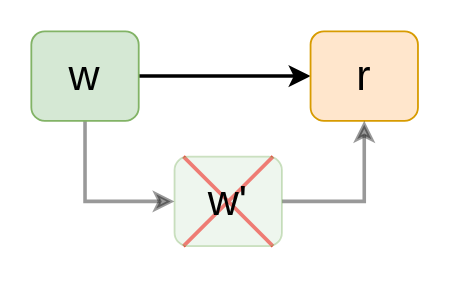
Before: java/sequential_consistency.drawio in Carmon-Lee/drawing, a draw.io diagram. Source tidied: cells renumbered, new cells numbered last; positions are measured from the earlier drawing's top-left corner, leaving out a move shared by most shapes. Both pictures are drawn from the tidied source at 179%, with x=0, y=0 at pixel (30, 30).
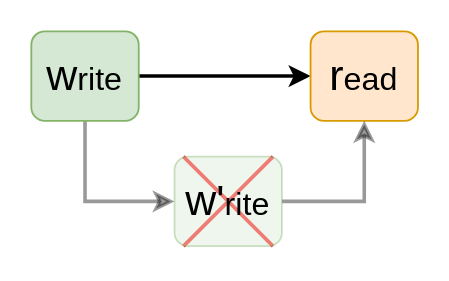
The same page after the edit.

Change to the diagram source:
```diff
@@
 <mxGraphModel>
   <root>
     <mxCell id="0" />
     <mxCell id="1" parent="0" />
     <mxCell id="2" style="endArrow=none;html=1;strokeWidth=2;strokeColor=#FF3333;" parent="1" edge="1">
       <mxGeometry relative="1" as="geometry">
         <mxPoint x="85" y="120" as="sourcePoint" />
         <mxPoint x="135" y="70" as="targetPoint" />
       </mxGeometry>
     </mxCell>
     <mxCell id="3" style="endArrow=none;html=1;strokeWidth=2;strokeColor=#FF3333;" parent="1" edge="1">
       <mxGeometry relative="1" as="geometry">
         <mxPoint x="85" y="70" as="sourcePoint" />
         <mxPoint x="135" y="120" as="targetPoint" />
       </mxGeometry>
     </mxCell>
     <mxCell id="4" style="edgeStyle=orthogonalEdgeStyle;rounded=0;jettySize=auto;html=1;exitX=0.5;exitY=1;exitDx=0;exitDy=0;entryX=0;entryY=0.5;entryDx=0;entryDy=0;strokeWidth=2;opacity=40;" parent="1" edge="1" source="6" target="9">
       <mxGeometry relative="1" as="geometry" />
     </mxCell>
     <mxCell id="5" style="edgeStyle=orthogonalEdgeStyle;rounded=0;jettySize=auto;html=1;exitX=1;exitY=0.5;exitDx=0;exitDy=0;entryX=0;entryY=0.5;entryDx=0;entryDy=0;strokeWidth=2;" parent="1" edge="1" source="6" target="7">
       <mxGeometry relative="1" as="geometry" />
     </mxCell>
-    <mxCell id="6" value="&lt;font style=&quot;font-size: 24px&quot;&gt;w&lt;/font&gt;" style="rounded=1;whiteSpace=wrap;html=1;fillColor=#d5e8d4;strokeColor=#82b366;" parent="1" vertex="1">
+    <mxCell id="6" value="&lt;font style=&quot;font-size: 24px&quot;&gt;w&lt;/font&gt;&lt;font style=&quot;font-size: 18px&quot;&gt;rite&lt;/font&gt;" style="rounded=1;whiteSpace=wrap;html=1;fillColor=#d5e8d4;strokeColor=#82b366;" parent="1" vertex="1">
       <mxGeometry width="60" height="50" as="geometry" />
     </mxCell>
-    <mxCell id="7" value="&lt;font style=&quot;font-size: 24px&quot;&gt;r&lt;/font&gt;" style="rounded=1;whiteSpace=wrap;html=1;fillColor=#ffe6cc;strokeColor=#d79b00;" parent="1" vertex="1">
+    <mxCell id="7" value="&lt;font style=&quot;font-size: 24px&quot;&gt;r&lt;/font&gt;&lt;font style=&quot;font-size: 18px&quot;&gt;ead&lt;/font&gt;" style="rounded=1;whiteSpace=wrap;html=1;fillColor=#ffe6cc;strokeColor=#d79b00;" parent="1" vertex="1">
       <mxGeometry x="156" width="60" height="50" as="geometry" />
     </mxCell>
     <mxCell id="8" style="edgeStyle=orthogonalEdgeStyle;rounded=0;jettySize=auto;html=1;exitX=1;exitY=0.5;exitDx=0;exitDy=0;entryX=0.5;entryY=1;entryDx=0;entryDy=0;strokeWidth=2;opacity=40;" parent="1" edge="1" source="9" target="7">
       <mxGeometry relative="1" as="geometry" />
     </mxCell>
-    <mxCell id="9" value="&lt;font style=&quot;font-size: 24px&quot;&gt;w'&lt;/font&gt;" style="rounded=1;whiteSpace=wrap;html=1;fillColor=#d5e8d4;strokeColor=#82b366;opacity=40;" parent="1" vertex="1">
+    <mxCell id="9" value="&lt;font style=&quot;font-size: 24px&quot;&gt;w'&lt;/font&gt;&lt;font style=&quot;font-size: 18px&quot;&gt;rite&lt;/font&gt;" style="rounded=1;whiteSpace=wrap;html=1;fillColor=#d5e8d4;strokeColor=#82b366;opacity=40;" parent="1" vertex="1">
       <mxGeometry x="80" y="70" width="60" height="50" as="geometry" />
     </mxCell>
   </root>
 </mxGraphModel>
```
